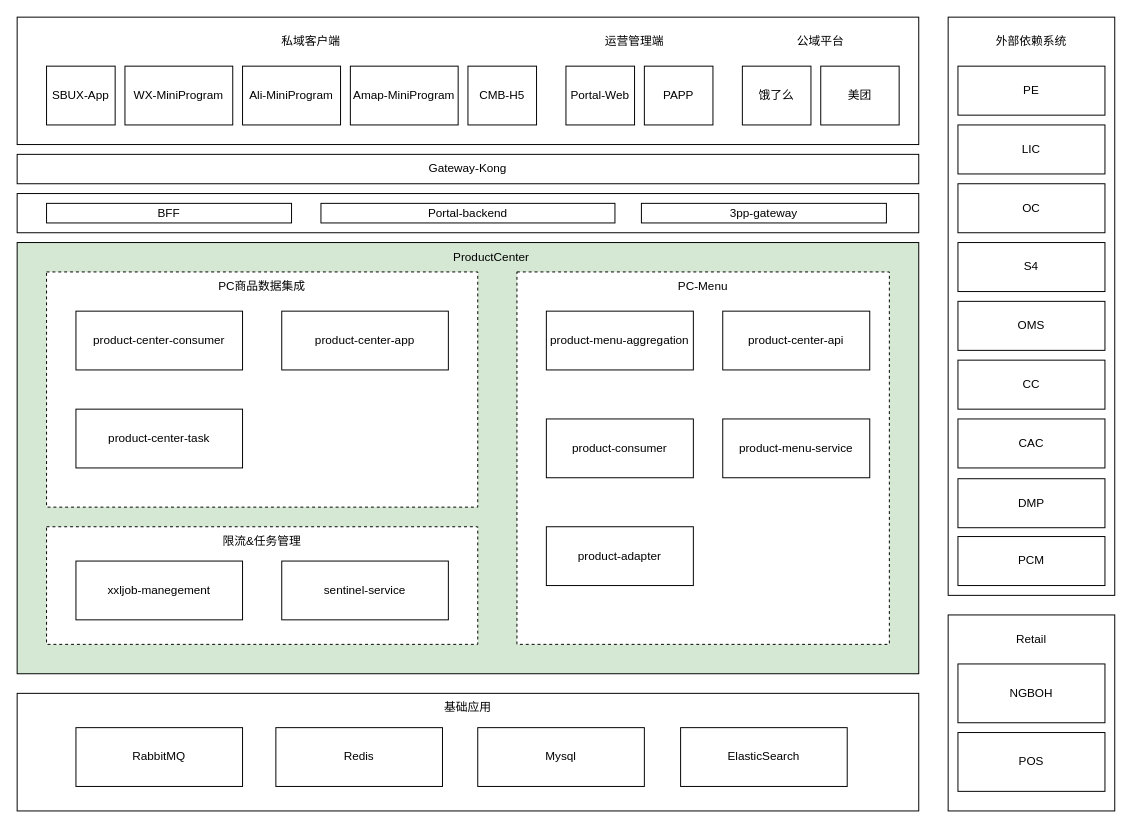
The draw.io diagram PC2.0技术架构.drawio in alexzhang2015/PC2.0, before the edit. Source tidied: cells renumbered, new cells numbered last; positions are measured from the earlier drawing's top-left corner, leaving out a move shared by most shapes. Both pictures are drawn from the tidied source at 98%, with x=0, y=0 at pixel (17, 17).
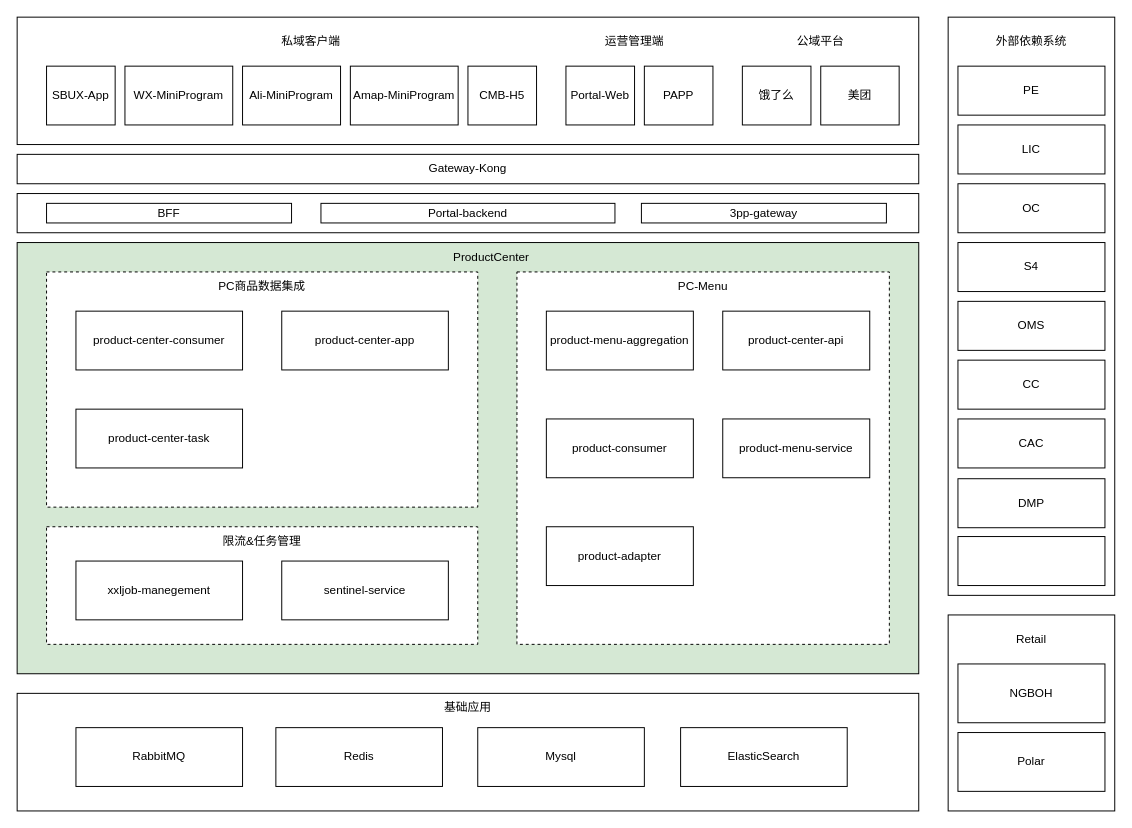
After the change.

Commit message (it also covers changes not shown here):
更新PC2.0技术架构.drawio

What changed in the source:
```diff
@@
-    <mxCell id="42" value="POS" style="rounded=0;whiteSpace=wrap;html=1;" parent="1" vertex="1">
+    <mxCell id="42" value="Polar" style="rounded=0;whiteSpace=wrap;html=1;" parent="1" vertex="1">
       <mxGeometry x="960" y="730" width="150" height="60" as="geometry" />
     </mxCell>
@@
-    <mxCell id="56" value="PCM" style="rounded=0;whiteSpace=wrap;html=1;" parent="1" vertex="1">
+    <mxCell id="56" style="rounded=0;whiteSpace=wrap;html=1;" parent="1" vertex="1">
       <mxGeometry x="960" y="530" width="150" height="50" as="geometry" />
     </mxCell>
```
